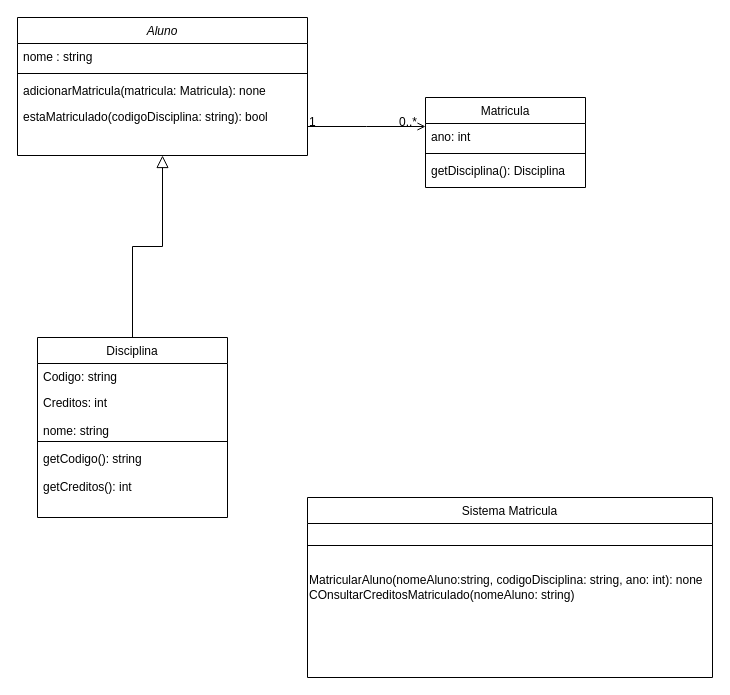
Before: p1.drawio in Reynanwq/Lab-UFBA, a draw.io diagram. Source tidied: cells renumbered, new cells numbered last; positions are measured from the earlier drawing's top-left corner, leaving out a move shared by most shapes. Both pictures are drawn from the tidied source at 100%, with x=0, y=0 at pixel (17, 17).
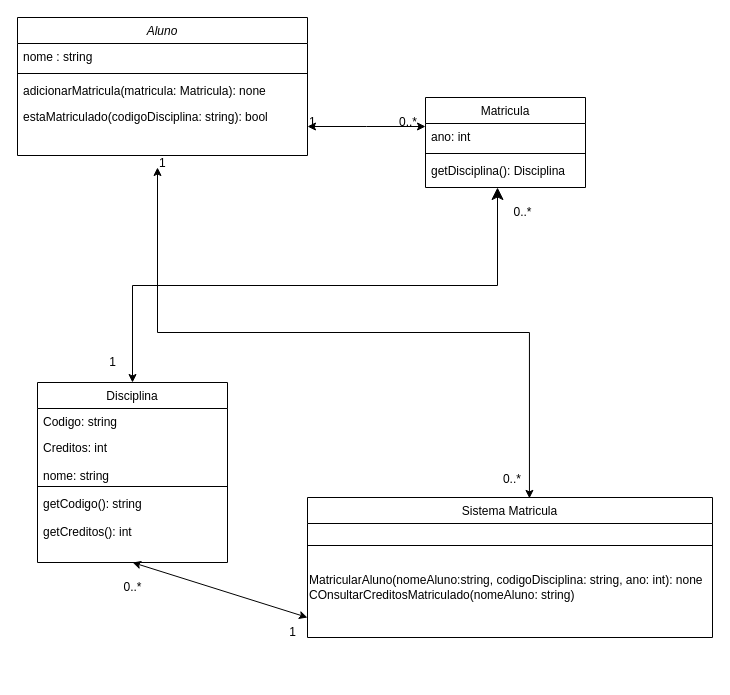
After the change.

Unchanged cells that the change refers to:
```xml
<mxCell id="2" value="Aluno" style="swimlane;fontStyle=2;align=center;verticalAlign=top;horizontal=1;startSize=26;rounded=0;shadow=0;strokeWidth=1;" parent="1" vertex="1">
  <mxGeometry width="290" height="138" as="geometry" />
</mxCell>
<mxCell id="16" value="Matricula" style="swimlane;fontStyle=0;align=center;verticalAlign=top;horizontal=1;startSize=26;rounded=0;shadow=0;strokeWidth=1;" parent="1" vertex="1">
  <mxGeometry x="408" y="80" width="160" height="90" as="geometry" />
</mxCell>
```

The edit, as a diff of the source:
```diff
@@
     <mxCell id="7" value="Disciplina" style="swimlane;fontStyle=0;align=center;verticalAlign=top;horizontal=1;startSize=26;rounded=0;shadow=0;strokeWidth=1;" parent="1" vertex="1">
-      <mxGeometry x="20" y="320" width="190" height="180" as="geometry" />
+      <mxGeometry x="20" y="365" width="190" height="180" as="geometry" />
     </mxCell>
@@
-    <mxCell id="12" style="endArrow=block;endSize=10;endFill=0;shadow=0;strokeWidth=1;rounded=0;curved=0;edgeStyle=elbowEdgeStyle;elbow=vertical;" parent="1" edge="1" source="7" target="2">
-      <mxGeometry relative="1" as="geometry" />
-    </mxCell>
     <mxCell id="13" value="Sistema Matricula" style="swimlane;fontStyle=0;align=center;verticalAlign=top;horizontal=1;startSize=26;rounded=0;shadow=0;strokeWidth=1;" parent="1" vertex="1">
-      <mxGeometry x="290" y="480" width="405" height="180" as="geometry" />
+      <mxGeometry x="290" y="480" width="405" height="140" as="geometry" />
     </mxCell>
@@
-    <mxCell id="20" style="endArrow=open;shadow=0;strokeWidth=1;rounded=0;curved=0;endFill=1;edgeStyle=elbowEdgeStyle;elbow=vertical;" parent="1" edge="1" source="2" target="16">
+    <mxCell id="20" style="endArrow=classic;shadow=0;strokeWidth=1;rounded=0;curved=0;endFill=1;edgeStyle=elbowEdgeStyle;elbow=vertical;startArrow=classic;startFill=1;" parent="1" edge="1" source="2" target="16">
       <mxGeometry x="0.5" y="41" relative="1" as="geometry">
         <mxPoint x="-40" y="32" as="offset" />
       </mxGeometry>
     </mxCell>
@@
+    <mxCell id="23" style="endArrow=classic;endSize=10;endFill=1;shadow=0;strokeWidth=1;rounded=0;curved=0;edgeStyle=elbowEdgeStyle;elbow=vertical;exitX=0.5;exitY=0;exitDx=0;exitDy=0;startArrow=classic;startFill=1;" parent="1" edge="1" source="7">
+      <mxGeometry relative="1" as="geometry">
+        <mxPoint x="480" y="170" as="targetPoint" />
+      </mxGeometry>
+    </mxCell>
+    <mxCell id="24" value="1" style="text;html=1;align=center;verticalAlign=middle;strokeColor=none;fillColor=none;" parent="1" vertex="1">
+      <mxGeometry x="80" y="330" width="30" height="30" as="geometry" />
+    </mxCell>
+    <mxCell id="25" value="0..*" style="text;html=1;align=center;verticalAlign=middle;strokeColor=none;fillColor=none;" parent="1" vertex="1">
+      <mxGeometry x="485" y="180" width="40" height="30" as="geometry" />
+    </mxCell>
+    <mxCell id="26" style="endArrow=classic;shadow=0;strokeWidth=1;rounded=0;curved=0;endFill=1;edgeStyle=elbowEdgeStyle;elbow=vertical;entryX=0.548;entryY=0.006;entryDx=0;entryDy=0;entryPerimeter=0;startArrow=classic;startFill=1;" parent="1" edge="1" target="13">
+      <mxGeometry x="0.5" y="41" relative="1" as="geometry">
+        <mxPoint x="140" y="150" as="sourcePoint" />
+        <mxPoint x="-40" y="32" as="offset" />
+      </mxGeometry>
+    </mxCell>
+    <mxCell id="27" value="1" style="align=left;verticalAlign=bottom;labelBackgroundColor=none;fontSize=12;" parent="26" vertex="1">
+      <mxGeometry x="-1" relative="1" as="geometry">
+        <mxPoint y="4" as="offset" />
+      </mxGeometry>
+    </mxCell>
+    <mxCell id="28" value="0..*" style="align=right;verticalAlign=bottom;labelBackgroundColor=none;fontSize=12;" parent="26" vertex="1">
+      <mxGeometry x="1" relative="1" as="geometry">
+        <mxPoint x="-7" y="-11" as="offset" />
+      </mxGeometry>
+    </mxCell>
+    <mxCell id="29" style="endArrow=classic;startArrow=classic;html=1;rounded=0;exitX=0.5;exitY=1;exitDx=0;exitDy=0;" parent="1" edge="1" source="7">
+      <mxGeometry relative="1" as="geometry">
+        <mxPoint x="290" y="600" as="targetPoint" />
+      </mxGeometry>
+    </mxCell>
+    <mxCell id="30" value="1" style="text;html=1;align=center;verticalAlign=middle;strokeColor=none;fillColor=none;" parent="1" vertex="1">
+      <mxGeometry x="260" y="600" width="30" height="30" as="geometry" />
+    </mxCell>
+    <mxCell id="31" value="0..*" style="text;html=1;align=center;verticalAlign=middle;strokeColor=none;fillColor=none;" parent="1" vertex="1">
+      <mxGeometry x="95" y="555" width="40" height="30" as="geometry" />
+    </mxCell>
```
